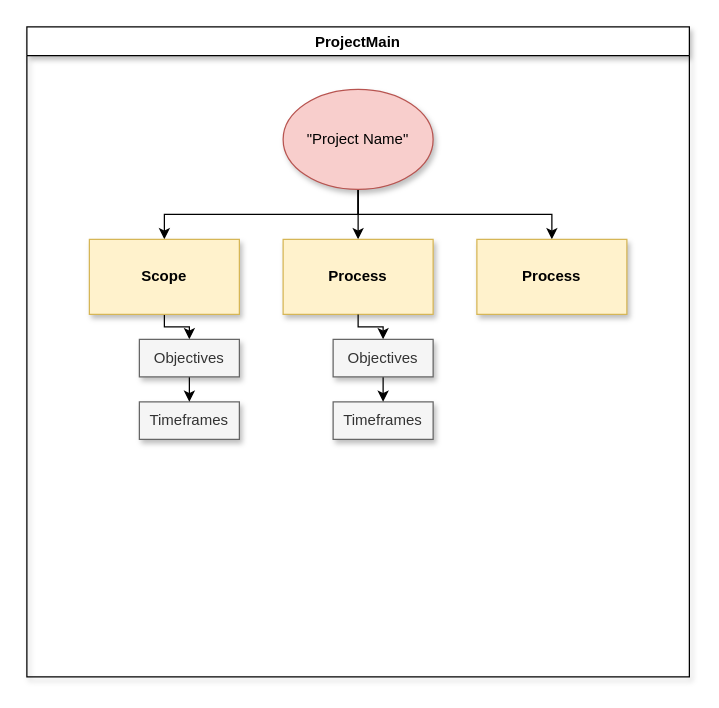
oscarjacobsen/entsoe-transparency-platform keeps this draw.io diagram as page "Page-3" (3 of 5) of documents/entsoetransparency_diagram.drawio. Above is the earlier version. Source tidied: cells renumbered, new cells numbered last; positions are measured from the earlier drawing's top-left corner, leaving out a move shared by most shapes. Both pictures are drawn from the tidied source at 125%, with x=0, y=0 at pixel (26, 26).
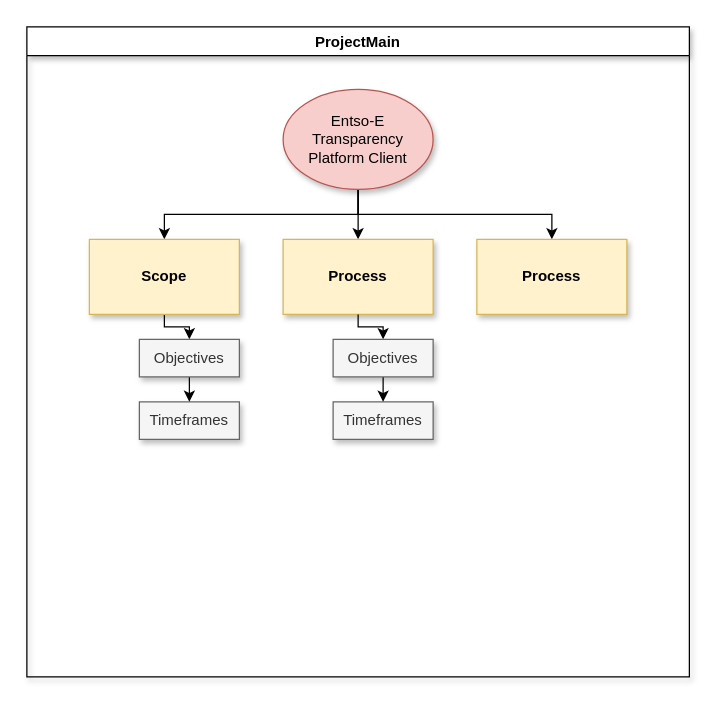
Above is the later version.

The change refers to these unchanged cells:
```xml
<mxCell id="2" value="ProjectMain" style="swimlane;shadow=1;" parent="1" vertex="1">
  <mxGeometry width="530" height="520" as="geometry" />
</mxCell>
```

The edit, as a diff of the source:
```diff
@@
-    <mxCell id="6" value="&quot;Project Name&quot;" style="ellipse;whiteSpace=wrap;html=1;shadow=1;fillColor=#f8cecc;strokeColor=#b85450;" parent="2" vertex="1">
+    <mxCell id="6" value="Entso-E Transparency Platform Client" style="ellipse;whiteSpace=wrap;html=1;shadow=1;fillColor=#f8cecc;strokeColor=#b85450;" parent="2" vertex="1">
       <mxGeometry x="205" y="50" width="120" height="80" as="geometry" />
     </mxCell>
```
